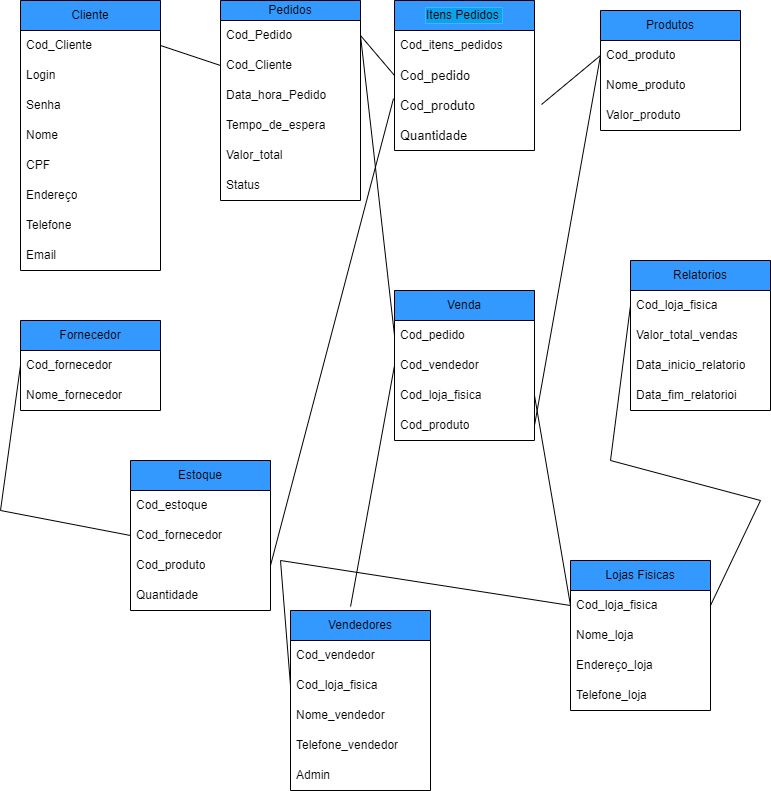
The draw.io diagram BD.drawio.png in RhanielP/BD_ZE_DELIVERY, before a commit. Source tidied: cells renumbered, new cells last; positions are measured from the earlier drawing's top-left corner, leaving out a move shared by most shapes.
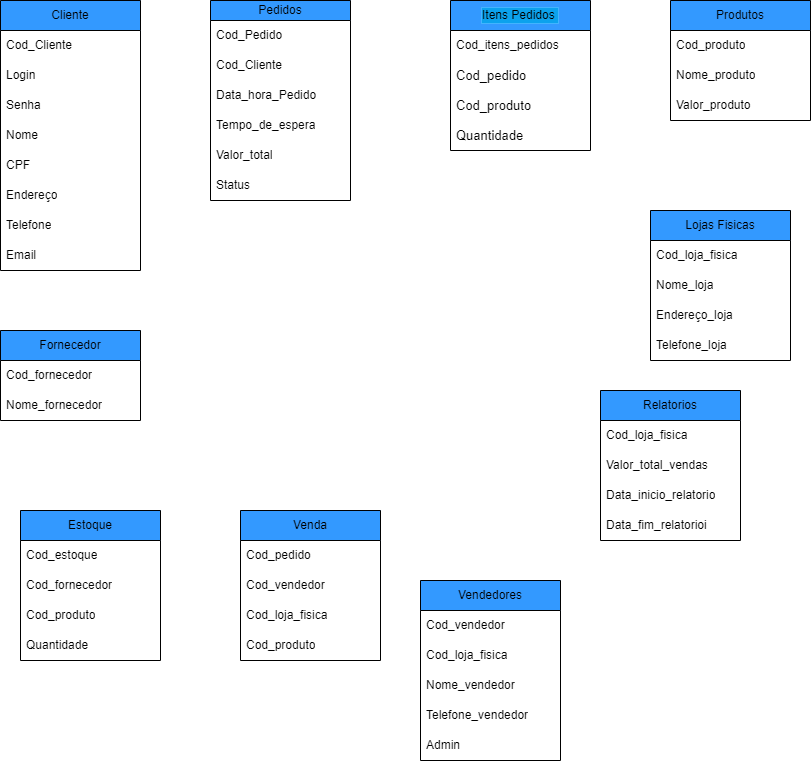
The same diagram one commit later.

The edit, as a diff of the source:
```diff
@@ -3,7 +3,7 @@
     <mxCell id="0" />
     <mxCell id="1" parent="0" />
     <mxCell id="2" value="Cliente" style="swimlane;fontStyle=0;horizontal=1;startSize=30;whiteSpace=wrap;html=1;fillColor=#3399FF;" parent="1" vertex="1">
-      <mxGeometry x="20" width="140" height="270" as="geometry" />
+      <mxGeometry x="-20" y="-160" width="140" height="270" as="geometry" />
     </mxCell>
     <mxCell id="3" value="Cod_Cliente" style="text;strokeColor=none;fillColor=none;align=left;verticalAlign=middle;spacingLeft=4;spacingRight=4;overflow=hidden;points=[[0,0.5],[1,0.5]];portConstraint=eastwest;whiteSpace=wrap;html=1;" parent="2" vertex="1">
       <mxGeometry y="30" width="140" height="30" as="geometry" />
@@ -30,7 +30,7 @@
       <mxGeometry y="240" width="140" height="30" as="geometry" />
     </mxCell>
     <mxCell id="11" value="Pedidos" style="swimlane;fontStyle=0;horizontal=1;startSize=20;whiteSpace=wrap;html=1;fillColor=#3399FF;" parent="1" vertex="1">
-      <mxGeometry x="220" width="140" height="200" as="geometry" />
+      <mxGeometry x="190" y="-160" width="140" height="200" as="geometry" />
     </mxCell>
     <mxCell id="12" value="Cod_Pedido&lt;br&gt;" style="text;strokeColor=none;fillColor=none;align=left;verticalAlign=middle;spacingLeft=4;spacingRight=4;overflow=hidden;points=[[0,0.5],[1,0.5]];portConstraint=eastwest;whiteSpace=wrap;html=1;" parent="11" vertex="1">
       <mxGeometry y="20" width="140" height="30" as="geometry" />
@@ -51,7 +51,7 @@
       <mxGeometry y="170" width="140" height="30" as="geometry" />
     </mxCell>
     <mxCell id="18" value="Itens Pedidos&amp;nbsp;" style="swimlane;fontStyle=0;horizontal=1;startSize=30;whiteSpace=wrap;html=1;fontSize=12;labelBackgroundColor=#0ca2ed;labelBorderColor=#42B4FF;fillColor=#3399FF;" parent="1" vertex="1">
-      <mxGeometry x="394" width="140" height="150" as="geometry" />
+      <mxGeometry x="430" y="-160" width="140" height="150" as="geometry" />
     </mxCell>
     <mxCell id="19" value="Cod_itens_pedidos" style="text;strokeColor=none;fillColor=none;align=left;verticalAlign=middle;spacingLeft=4;spacingRight=4;overflow=hidden;whiteSpace=wrap;html=1;fontSize=12;" parent="18" vertex="1">
       <mxGeometry y="30" width="140" height="30" as="geometry" />
@@ -66,7 +66,7 @@
       <mxGeometry y="120" width="140" height="30" as="geometry" />
     </mxCell>
     <mxCell id="23" value="Produtos" style="swimlane;fontStyle=0;horizontal=1;startSize=30;whiteSpace=wrap;html=1;fillColor=#3399FF;" parent="1" vertex="1">
-      <mxGeometry x="600" y="10" width="140" height="120" as="geometry" />
+      <mxGeometry x="650" y="-160" width="140" height="120" as="geometry" />
     </mxCell>
     <mxCell id="24" value="Cod_produto" style="text;strokeColor=none;fillColor=none;align=left;verticalAlign=middle;spacingLeft=4;spacingRight=4;overflow=hidden;points=[[0,0.5],[1,0.5]];portConstraint=eastwest;whiteSpace=wrap;html=1;" parent="23" vertex="1">
       <mxGeometry y="30" width="140" height="30" as="geometry" />
@@ -78,7 +78,7 @@
       <mxGeometry y="90" width="140" height="30" as="geometry" />
     </mxCell>
     <mxCell id="27" value="Fornecedor" style="swimlane;fontStyle=0;horizontal=1;startSize=30;whiteSpace=wrap;html=1;fillColor=#3399FF;" parent="1" vertex="1">
-      <mxGeometry x="20" y="320" width="140" height="90" as="geometry" />
+      <mxGeometry x="-20" y="170" width="140" height="90" as="geometry" />
     </mxCell>
     <mxCell id="28" value="Cod_fornecedor" style="text;strokeColor=none;fillColor=none;align=left;verticalAlign=middle;spacingLeft=4;spacingRight=4;overflow=hidden;points=[[0,0.5],[1,0.5]];portConstraint=eastwest;whiteSpace=wrap;html=1;" parent="27" vertex="1">
       <mxGeometry y="30" width="140" height="30" as="geometry" />
@@ -87,7 +87,7 @@
       <mxGeometry y="60" width="140" height="30" as="geometry" />
     </mxCell>
     <mxCell id="30" value="Estoque" style="swimlane;fontStyle=0;horizontal=1;startSize=30;whiteSpace=wrap;html=1;fillColor=#3399FF;" parent="1" vertex="1">
-      <mxGeometry x="130" y="460" width="140" height="150" as="geometry" />
+      <mxGeometry y="350" width="140" height="150" as="geometry" />
     </mxCell>
     <mxCell id="31" value="Cod_estoque" style="text;strokeColor=none;fillColor=none;align=left;verticalAlign=middle;spacingLeft=4;spacingRight=4;overflow=hidden;whiteSpace=wrap;html=1;" parent="30" vertex="1">
       <mxGeometry y="30" width="140" height="30" as="geometry" />
@@ -102,7 +102,7 @@
       <mxGeometry y="120" width="140" height="30" as="geometry" />
     </mxCell>
     <mxCell id="35" value="Vendedores" style="swimlane;fontStyle=0;horizontal=1;startSize=30;whiteSpace=wrap;html=1;fillColor=#3399FF;" parent="1" vertex="1">
-      <mxGeometry x="290" y="610" width="140" height="180" as="geometry" />
+      <mxGeometry x="400" y="420" width="140" height="180" as="geometry" />
     </mxCell>
     <mxCell id="36" value="Cod_vendedor" style="text;strokeColor=none;fillColor=none;align=left;verticalAlign=middle;spacingLeft=4;spacingRight=4;overflow=hidden;whiteSpace=wrap;html=1;" parent="35" vertex="1">
       <mxGeometry y="30" width="140" height="30" as="geometry" />
@@ -120,7 +120,7 @@
       <mxGeometry y="150" width="140" height="30" as="geometry" />
     </mxCell>
     <mxCell id="41" value="Lojas Fisicas" style="swimlane;fontStyle=0;horizontal=1;startSize=30;whiteSpace=wrap;html=1;fillColor=#3399FF;" parent="1" vertex="1">
-      <mxGeometry x="570" y="560" width="140" height="150" as="geometry" />
+      <mxGeometry x="630" y="50" width="140" height="150" as="geometry" />
     </mxCell>
     <mxCell id="42" value="Cod_loja_fisica" style="text;strokeColor=none;fillColor=none;align=left;verticalAlign=middle;spacingLeft=4;spacingRight=4;overflow=hidden;points=[[0,0.5],[1,0.5]];portConstraint=eastwest;whiteSpace=wrap;html=1;" parent="41" vertex="1">
       <mxGeometry y="30" width="140" height="30" as="geometry" />
@@ -135,7 +135,7 @@
       <mxGeometry y="120" width="140" height="30" as="geometry" />
     </mxCell>
     <mxCell id="46" value="Relatorios" style="swimlane;fontStyle=0;horizontal=1;startSize=30;whiteSpace=wrap;html=1;fillColor=#3399FF;" parent="1" vertex="1">
-      <mxGeometry x="630" y="260" width="140" height="150" as="geometry" />
+      <mxGeometry x="580" y="230" width="140" height="150" as="geometry" />
     </mxCell>
     <mxCell id="47" value="Cod_loja_fisica" style="text;strokeColor=none;fillColor=none;align=left;verticalAlign=middle;spacingLeft=4;spacingRight=4;overflow=hidden;points=[[0,0.5],[1,0.5]];portConstraint=eastwest;whiteSpace=wrap;html=1;" parent="46" vertex="1">
       <mxGeometry y="30" width="140" height="30" as="geometry" />
@@ -149,42 +149,8 @@
     <mxCell id="50" value="Data_fim_relatorioi" style="text;strokeColor=none;fillColor=none;align=left;verticalAlign=middle;spacingLeft=4;spacingRight=4;overflow=hidden;whiteSpace=wrap;html=1;" parent="46" vertex="1">
       <mxGeometry y="120" width="140" height="30" as="geometry" />
     </mxCell>
-    <mxCell id="51" style="endArrow=none;html=1;rounded=0;entryX=1;entryY=0.5;entryDx=0;entryDy=0;exitX=0;exitY=0.5;exitDx=0;exitDy=0;" parent="1" edge="1" source="13" target="3">
-      <mxGeometry relative="1" as="geometry" />
-    </mxCell>
-    <mxCell id="52" style="endArrow=none;html=1;rounded=0;entryX=0;entryY=0.5;entryDx=0;entryDy=0;exitX=1;exitY=0.5;exitDx=0;exitDy=0;" parent="1" edge="1" source="12" target="20">
-      <mxGeometry relative="1" as="geometry" />
-    </mxCell>
-    <mxCell id="53" style="endArrow=none;html=1;rounded=0;entryX=0;entryY=0.5;entryDx=0;entryDy=0;exitX=1.05;exitY=0.467;exitDx=0;exitDy=0;exitPerimeter=0;" parent="1" edge="1" source="21" target="24">
-      <mxGeometry relative="1" as="geometry" />
-    </mxCell>
-    <mxCell id="54" style="endArrow=none;html=1;rounded=0;exitX=0;exitY=0.5;exitDx=0;exitDy=0;entryX=0;entryY=0.5;entryDx=0;entryDy=0;" parent="1" edge="1" source="28" target="32">
-      <mxGeometry relative="1" as="geometry">
-        <Array as="points">
-          <mxPoint y="510" />
-        </Array>
-      </mxGeometry>
-    </mxCell>
-    <mxCell id="55" style="endArrow=none;html=1;rounded=0;exitX=1;exitY=0.5;exitDx=0;exitDy=0;entryX=-0.007;entryY=0.267;entryDx=0;entryDy=0;entryPerimeter=0;" parent="1" edge="1" source="33" target="21">
-      <mxGeometry relative="1" as="geometry" />
-    </mxCell>
-    <mxCell id="56" style="endArrow=none;html=1;rounded=0;entryX=0;entryY=0.5;entryDx=0;entryDy=0;exitX=1;exitY=0.5;exitDx=0;exitDy=0;" parent="1" edge="1" source="42" target="47">
-      <mxGeometry relative="1" as="geometry">
-        <Array as="points">
-          <mxPoint x="760" y="500" />
-          <mxPoint x="610" y="460" />
-        </Array>
-      </mxGeometry>
-    </mxCell>
-    <mxCell id="57" style="endArrow=none;html=1;rounded=0;exitX=0;exitY=0.5;exitDx=0;exitDy=0;entryX=0;entryY=0.5;entryDx=0;entryDy=0;" parent="1" edge="1" source="37" target="42">
-      <mxGeometry relative="1" as="geometry">
-        <Array as="points">
-          <mxPoint x="280" y="560" />
-        </Array>
-      </mxGeometry>
-    </mxCell>
     <mxCell id="58" value="Venda" style="swimlane;fontStyle=0;horizontal=1;startSize=30;whiteSpace=wrap;html=1;fillColor=#3399FF;" parent="1" vertex="1">
-      <mxGeometry x="394" y="290" width="140" height="150" as="geometry" />
+      <mxGeometry x="220" y="350" width="140" height="150" as="geometry" />
     </mxCell>
     <mxCell id="59" value="Cod_pedido" style="text;strokeColor=none;fillColor=none;align=left;verticalAlign=middle;spacingLeft=4;spacingRight=4;overflow=hidden;points=[[0,0.5],[1,0.5]];portConstraint=eastwest;whiteSpace=wrap;html=1;" parent="58" vertex="1">
       <mxGeometry y="30" width="140" height="30" as="geometry" />
@@ -198,17 +164,5 @@
     <mxCell id="62" value="Cod_produto" style="text;strokeColor=none;fillColor=none;align=left;verticalAlign=middle;spacingLeft=4;spacingRight=4;overflow=hidden;points=[[0,0.5],[1,0.5]];portConstraint=eastwest;whiteSpace=wrap;html=1;" parent="58" vertex="1">
       <mxGeometry y="120" width="140" height="30" as="geometry" />
     </mxCell>
-    <mxCell id="63" style="endArrow=none;html=1;rounded=0;exitX=0;exitY=0.5;exitDx=0;exitDy=0;entryX=1;entryY=0.5;entryDx=0;entryDy=0;" parent="1" edge="1" source="59" target="12">
-      <mxGeometry relative="1" as="geometry" />
-    </mxCell>
-    <mxCell id="64" style="endArrow=none;html=1;rounded=0;exitX=0.429;exitY=-0.022;exitDx=0;exitDy=0;exitPerimeter=0;entryX=0;entryY=0.5;entryDx=0;entryDy=0;" parent="1" edge="1" source="35" target="60">
-      <mxGeometry relative="1" as="geometry" />
-    </mxCell>
-    <mxCell id="65" style="endArrow=none;html=1;rounded=0;entryX=1;entryY=0.5;entryDx=0;entryDy=0;exitX=0;exitY=0.5;exitDx=0;exitDy=0;" parent="1" edge="1" source="42" target="61">
-      <mxGeometry relative="1" as="geometry" />
-    </mxCell>
-    <mxCell id="66" style="endArrow=none;html=1;rounded=0;entryX=0;entryY=0.5;entryDx=0;entryDy=0;exitX=1;exitY=0.5;exitDx=0;exitDy=0;" parent="1" edge="1" source="62" target="24">
-      <mxGeometry relative="1" as="geometry" />
-    </mxCell>
   </root>
 </mxGraphModel>
```
